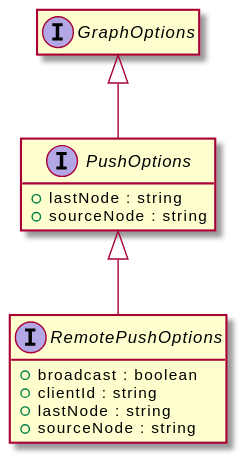
Earlier version of the PlantUML export assets/PushOptions-umlClassDiagram-6.svg (OpenHPS/openhps-core).
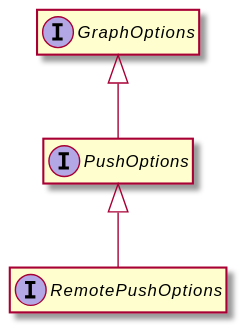
Above is the later version.

Change to the diagram source:
```diff
@@ -3,17 +3,11 @@
 hide empty methods
 hide empty fields
 interface "PushOptions" {
-    +lastNode : string
-    +sourceNode : string
 }
 interface "GraphOptions" {
 }
 "GraphOptions" <|-- "PushOptions"
 interface "RemotePushOptions" {
-    +broadcast : boolean
-    +clientId : string
-    +lastNode : string
-    +sourceNode : string
 }
 "PushOptions" <|-- "RemotePushOptions"
 @enduml
```
